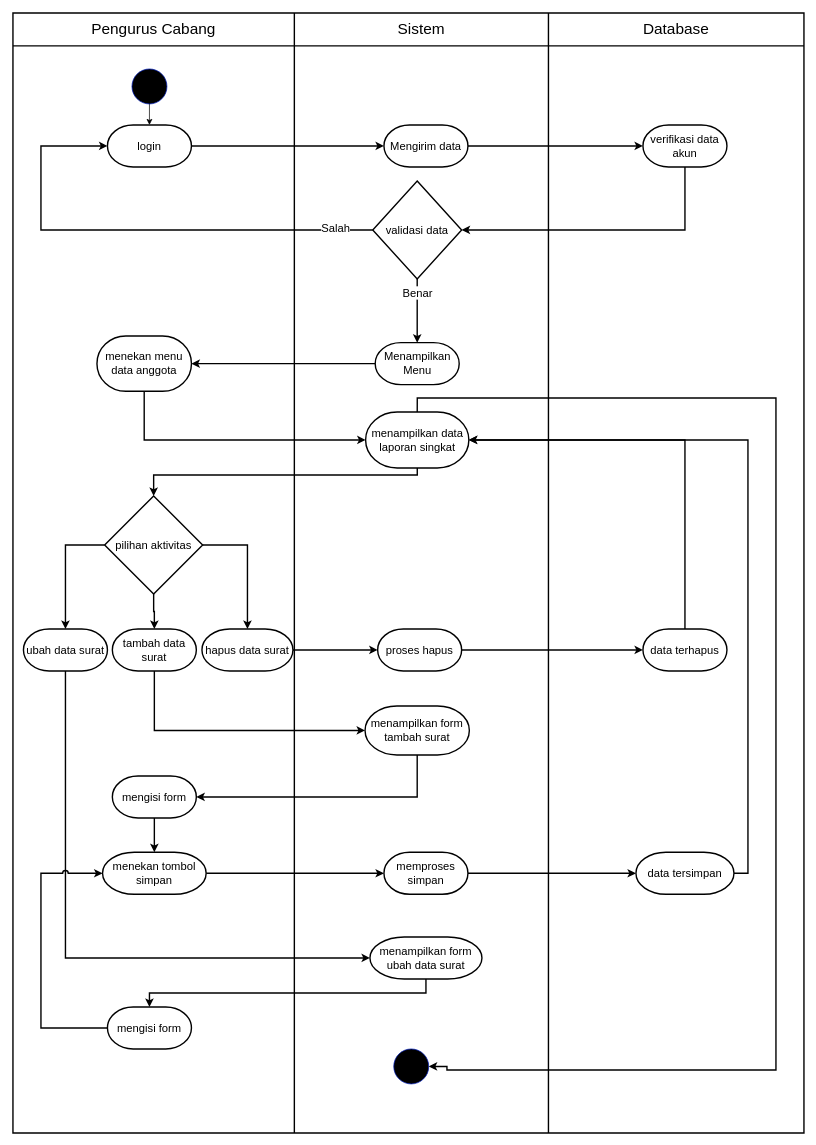
MHDHASBYNAZARUDIN/diagram keeps this draw.io diagram as Activity Diagram Data Anggota Admin.drawio. Above is the earlier version. Source tidied: cells renumbered, new cells numbered last; positions are measured from the earlier drawing's top-left corner, leaving out a move shared by most shapes. Both pictures are drawn from the tidied source at 70%, with x=0, y=0 at pixel (13, 13).
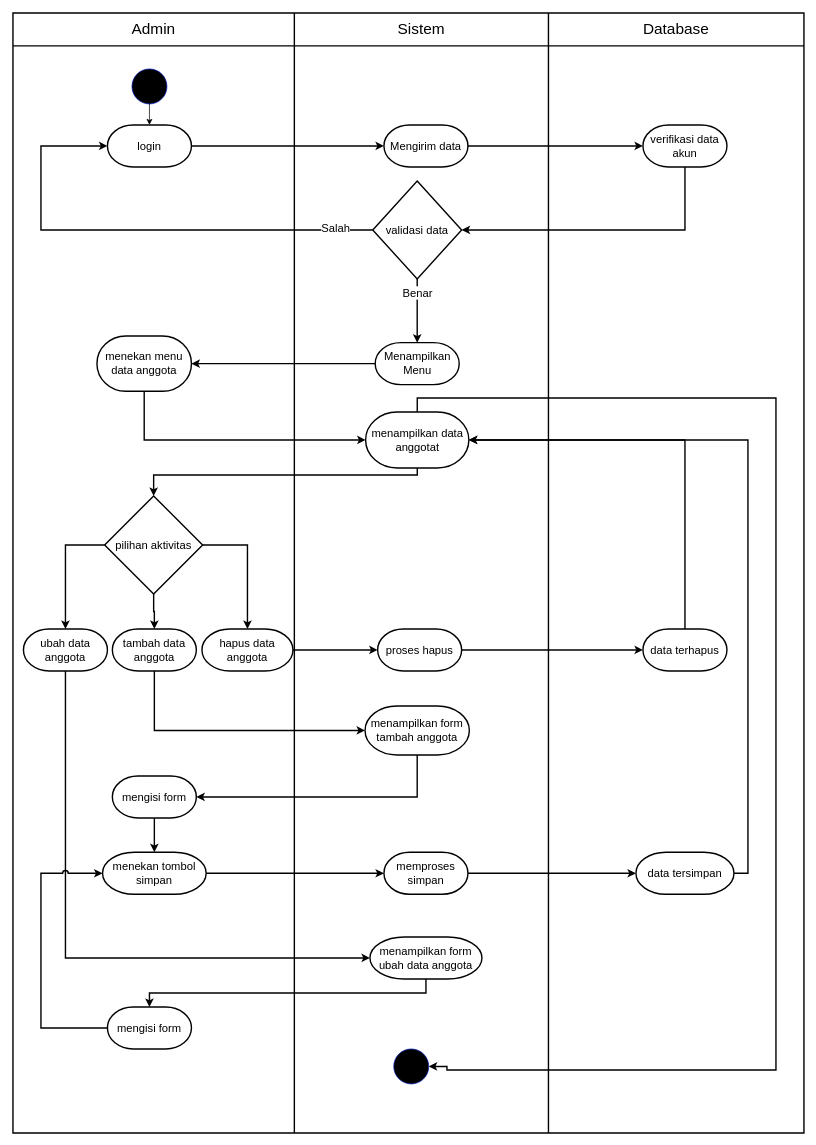
After the change.

The change refers to these unchanged cells:
```xml
<mxCell id="3" style="shape=partialRectangle;fillColor=none;top=0;left=0;bottom=0;right=0;" parent="2" vertex="1">
  <mxGeometry width="1130" height="47" as="geometry" />
</mxCell>
```

Change to the diagram source:
```diff
@@
-    <mxCell id="4" value="&lt;font style=&quot;font-size: 22px&quot;&gt;Pengurus Cabang&lt;/font&gt;" style="shape=partialRectangle;html=1;whiteSpace=wrap;overflow=hidden;fillColor=none;top=0;left=0;bottom=0;right=0;fontSize=18;" parent="3" vertex="1">
+    <mxCell id="4" value="&lt;font style=&quot;font-size: 22px&quot;&gt;Admin&lt;/font&gt;" style="shape=partialRectangle;html=1;whiteSpace=wrap;overflow=hidden;fillColor=none;top=0;left=0;bottom=0;right=0;fontSize=18;" parent="3" vertex="1">
       <mxGeometry width="402" height="47" as="geometry" />
     </mxCell>
@@
-    <mxCell id="29" value="&lt;font style=&quot;font-size: 16px&quot;&gt;menampilkan data laporan singkat&lt;/font&gt;" style="strokeWidth=2;html=1;shape=mxgraph.flowchart.terminator;whiteSpace=wrap;fillColor=#FFFFFF;" parent="1" vertex="1">
+    <mxCell id="29" value="&lt;font style=&quot;font-size: 16px&quot;&gt;menampilkan data anggotat&lt;/font&gt;" style="strokeWidth=2;html=1;shape=mxgraph.flowchart.terminator;whiteSpace=wrap;fillColor=#FFFFFF;" parent="1" vertex="1">
       <mxGeometry x="503.8" y="570" width="147.5" height="80" as="geometry" />
     </mxCell>
@@
-    <mxCell id="35" value="&lt;font style=&quot;font-size: 16px&quot;&gt;ubah data surat&lt;/font&gt;" style="strokeWidth=2;html=1;shape=mxgraph.flowchart.terminator;whiteSpace=wrap;fillColor=#FFFFFF;" parent="1" vertex="1">
+    <mxCell id="35" value="&lt;font style=&quot;font-size: 16px&quot;&gt;ubah data anggota&lt;/font&gt;" style="strokeWidth=2;html=1;shape=mxgraph.flowchart.terminator;whiteSpace=wrap;fillColor=#FFFFFF;" parent="1" vertex="1">
       <mxGeometry x="15" y="880" width="120" height="60" as="geometry" />
     </mxCell>
@@
-    <mxCell id="37" value="&lt;span style=&quot;font-size: 16px&quot;&gt;tambah data surat&lt;/span&gt;" style="strokeWidth=2;html=1;shape=mxgraph.flowchart.terminator;whiteSpace=wrap;fillColor=#FFFFFF;" parent="1" vertex="1">
+    <mxCell id="37" value="&lt;span style=&quot;font-size: 16px&quot;&gt;tambah data anggota&lt;/span&gt;" style="strokeWidth=2;html=1;shape=mxgraph.flowchart.terminator;whiteSpace=wrap;fillColor=#FFFFFF;" parent="1" vertex="1">
       <mxGeometry x="142" y="880" width="120" height="60" as="geometry" />
     </mxCell>
@@
-    <mxCell id="39" value="&lt;font style=&quot;font-size: 16px&quot;&gt;hapus data surat&lt;/font&gt;" style="strokeWidth=2;html=1;shape=mxgraph.flowchart.terminator;whiteSpace=wrap;fillColor=#FFFFFF;" parent="1" vertex="1">
+    <mxCell id="39" value="&lt;font style=&quot;font-size: 16px&quot;&gt;hapus data anggota&lt;/font&gt;" style="strokeWidth=2;html=1;shape=mxgraph.flowchart.terminator;whiteSpace=wrap;fillColor=#FFFFFF;" parent="1" vertex="1">
       <mxGeometry x="270" y="880" width="130" height="60" as="geometry" />
     </mxCell>
@@
-    <mxCell id="45" value="&lt;font style=&quot;font-size: 16px&quot;&gt;menampilkan form tambah surat&lt;/font&gt;" style="strokeWidth=2;html=1;shape=mxgraph.flowchart.terminator;whiteSpace=wrap;fillColor=#FFFFFF;" parent="1" vertex="1">
+    <mxCell id="45" value="&lt;font style=&quot;font-size: 16px&quot;&gt;menampilkan form tambah anggota&lt;/font&gt;" style="strokeWidth=2;html=1;shape=mxgraph.flowchart.terminator;whiteSpace=wrap;fillColor=#FFFFFF;" parent="1" vertex="1">
       <mxGeometry x="503" y="990" width="149" height="70" as="geometry" />
     </mxCell>
@@
-    <mxCell id="55" value="&lt;font style=&quot;font-size: 16px&quot;&gt;menampilkan form ubah data surat&lt;/font&gt;" style="strokeWidth=2;html=1;shape=mxgraph.flowchart.terminator;whiteSpace=wrap;fillColor=#FFFFFF;" parent="1" vertex="1">
+    <mxCell id="55" value="&lt;font style=&quot;font-size: 16px&quot;&gt;menampilkan form ubah data anggota&lt;/font&gt;" style="strokeWidth=2;html=1;shape=mxgraph.flowchart.terminator;whiteSpace=wrap;fillColor=#FFFFFF;" parent="1" vertex="1">
       <mxGeometry x="510" y="1320" width="160" height="60" as="geometry" />
     </mxCell>
```
